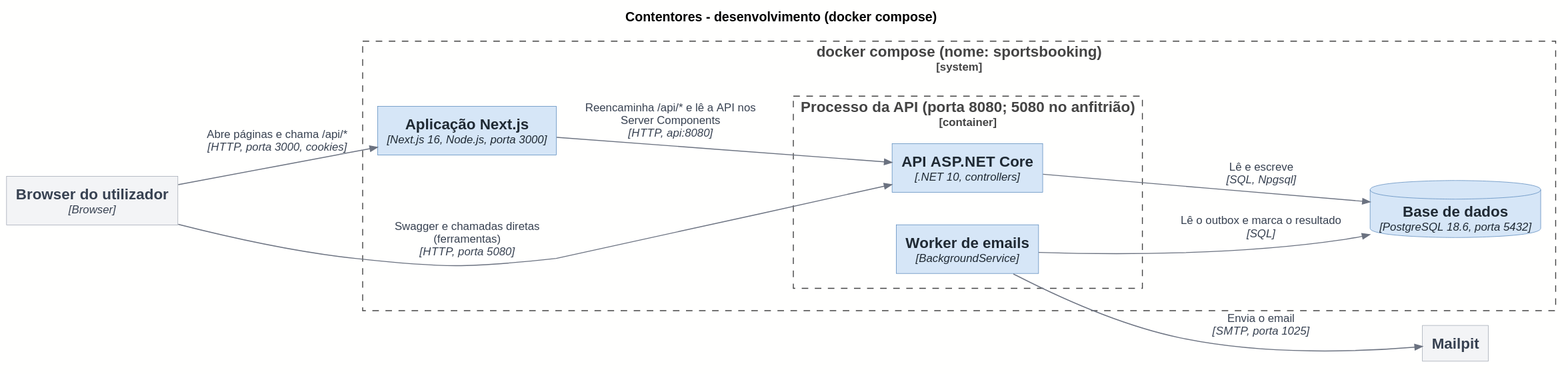
Before: docs/architecture/out/02-containers-dev.svg, a diagram exported from PlantUML (rodrigo4sousa/SportsEstablishments).
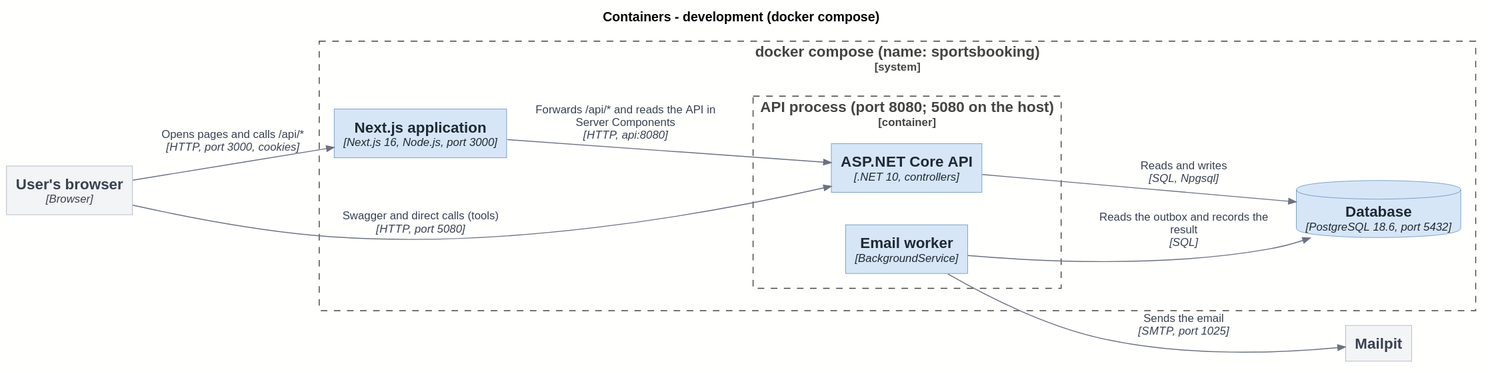
Above is the later version.

Change to the diagram source:
```diff
@@ -2,27 +2,27 @@
 !include <C4/C4_Container>
 !include ../style.puml
 
-title Contentores - desenvolvimento (docker compose)
+title Containers - development (docker compose)
 
 LAYOUT_LEFT_RIGHT()
 
-Container_Ext(C_BROWSER, "Browser do utilizador", "Browser")
+Container_Ext(C_BROWSER, "User's browser", "Browser")
 
-System_Boundary(COMPOSE, "docker compose (nome: sportsbooking)") {
-  Container(C_WEB, "Aplicação Next.js", "Next.js 16, Node.js, porta 3000")
-  Container_Boundary(B_API, "Processo da API (porta 8080; 5080 no anfitrião)") {
-    Container(C_API, "API ASP.NET Core", ".NET 10, controllers")
-    Container(C_WORKER, "Worker de emails", "BackgroundService")
+System_Boundary(COMPOSE, "docker compose (name: sportsbooking)") {
+  Container(C_WEB, "Next.js application", "Next.js 16, Node.js, port 3000")
+  Container_Boundary(B_API, "API process (port 8080; 5080 on the host)") {
+    Container(C_API, "ASP.NET Core API", ".NET 10, controllers")
+    Container(C_WORKER, "Email worker", "BackgroundService")
   }
-  ContainerDb(C_DB, "Base de dados", "PostgreSQL 18.6, porta 5432")
+  ContainerDb(C_DB, "Database", "PostgreSQL 18.6, port 5432")
 }
 
 System_Ext(X_MAILPIT, "Mailpit")
 
-Rel(C_BROWSER, C_WEB, $plain("Abre páginas e chama /api/*"), "HTTP, porta 3000, cookies")
-Rel(C_WEB, C_API, $plain("Reencaminha /api/* e lê a API nos Server Components"), "HTTP, api:8080")
-Rel(C_BROWSER, C_API, $plain("Swagger e chamadas diretas (ferramentas)"), "HTTP, porta 5080")
-Rel(C_API, C_DB, $plain("Lê e escreve"), "SQL, Npgsql")
-Rel(C_WORKER, C_DB, $plain("Lê o outbox e marca o resultado"), "SQL")
-Rel(C_WORKER, X_MAILPIT, $plain("Envia o email"), "SMTP, porta 1025")
+Rel(C_BROWSER, C_WEB, $plain("Opens pages and calls /api/*"), "HTTP, port 3000, cookies")
+Rel(C_WEB, C_API, $plain("Forwards /api/* and reads the API in Server Components"), "HTTP, api:8080")
+Rel(C_BROWSER, C_API, $plain("Swagger and direct calls (tools)"), "HTTP, port 5080")
+Rel(C_API, C_DB, $plain("Reads and writes"), "SQL, Npgsql")
+Rel(C_WORKER, C_DB, $plain("Reads the outbox and records the result"), "SQL")
+Rel(C_WORKER, X_MAILPIT, $plain("Sends the email"), "SMTP, port 1025")
 @enduml
```
